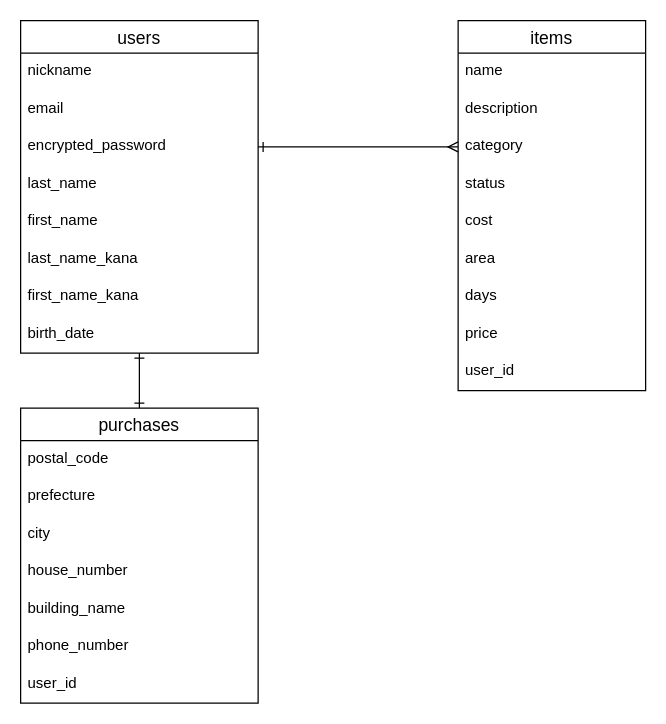
The draw.io diagram furima.dio in sfsf700/furima-38227, before the edit. Source tidied: cells renumbered, new cells numbered last; positions are measured from the earlier drawing's top-left corner, leaving out a move shared by most shapes. Both pictures are drawn from the tidied source at 125%, with x=0, y=0 at pixel (20, 20).
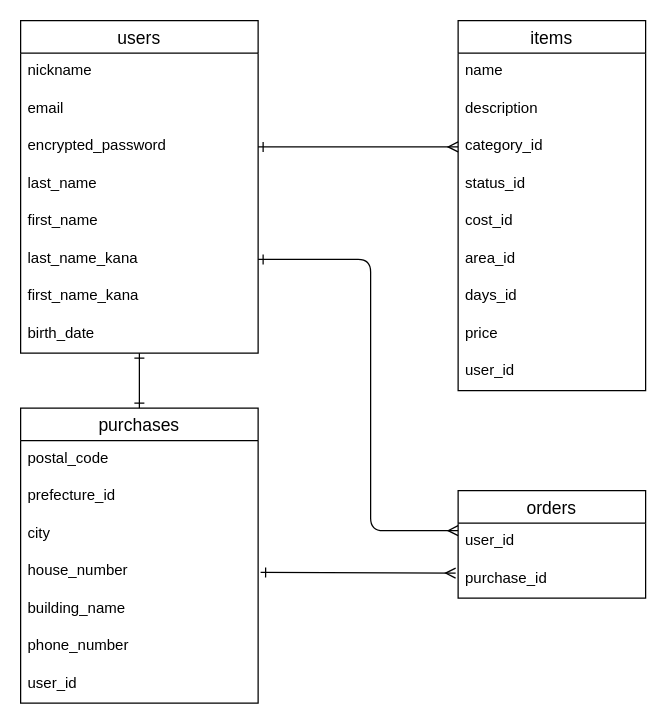
After the change.

Commit message (it also covers changes not shown here):
データベース設計の修正

Unchanged cells that the change refers to:
```xml
<mxCell id="2" value="items" style="swimlane;fontStyle=0;horizontal=1;startSize=26;align=center;fontSize=14;" parent="1" vertex="1">
  <mxGeometry x="350" width="150" height="296" as="geometry" />
</mxCell>
<mxCell id="18" value="last_name_kana" style="text;strokeColor=none;fillColor=none;spacingLeft=4;spacingRight=4;overflow=hidden;points=[[0,0.5],[1,0.5]];portConstraint=eastwest;fontSize=12;" parent="12" vertex="1">
  <mxGeometry y="176" width="190" height="30" as="geometry" />
</mxCell>
<mxCell id="23" value="purchases" style="swimlane;fontStyle=0;horizontal=1;startSize=26;align=center;fontSize=14;" parent="1" vertex="1">
  <mxGeometry y="310" width="190" height="236" as="geometry" />
</mxCell>
```

What changed in the source:
```diff
@@
-    <mxCell id="5" value="category" style="text;strokeColor=none;fillColor=none;spacingLeft=4;spacingRight=4;overflow=hidden;points=[[0,0.5],[1,0.5]];portConstraint=eastwest;fontSize=12;" parent="2" vertex="1">
+    <mxCell id="5" value="category_id" style="text;strokeColor=none;fillColor=none;spacingLeft=4;spacingRight=4;overflow=hidden;points=[[0,0.5],[1,0.5]];portConstraint=eastwest;fontSize=12;" parent="2" vertex="1">
       <mxGeometry y="86" width="150" height="30" as="geometry" />
     </mxCell>
-    <mxCell id="6" value="status" style="text;strokeColor=none;fillColor=none;spacingLeft=4;spacingRight=4;overflow=hidden;fontSize=12;" parent="2" vertex="1">
+    <mxCell id="6" value="status_id" style="text;strokeColor=none;fillColor=none;spacingLeft=4;spacingRight=4;overflow=hidden;fontSize=12;" parent="2" vertex="1">
       <mxGeometry y="116" width="150" height="30" as="geometry" />
     </mxCell>
-    <mxCell id="7" value="cost" style="text;strokeColor=none;fillColor=none;spacingLeft=4;spacingRight=4;overflow=hidden;fontSize=12;" parent="2" vertex="1">
+    <mxCell id="7" value="cost_id" style="text;strokeColor=none;fillColor=none;spacingLeft=4;spacingRight=4;overflow=hidden;fontSize=12;" parent="2" vertex="1">
       <mxGeometry y="146" width="150" height="30" as="geometry" />
     </mxCell>
-    <mxCell id="8" value="area" style="text;strokeColor=none;fillColor=none;spacingLeft=4;spacingRight=4;overflow=hidden;fontSize=12;" parent="2" vertex="1">
+    <mxCell id="8" value="area_id" style="text;strokeColor=none;fillColor=none;spacingLeft=4;spacingRight=4;overflow=hidden;fontSize=12;" parent="2" vertex="1">
       <mxGeometry y="176" width="150" height="30" as="geometry" />
     </mxCell>
-    <mxCell id="9" value="days" style="text;strokeColor=none;fillColor=none;spacingLeft=4;spacingRight=4;overflow=hidden;fontSize=12;" parent="2" vertex="1">
+    <mxCell id="9" value="days_id" style="text;strokeColor=none;fillColor=none;spacingLeft=4;spacingRight=4;overflow=hidden;fontSize=12;" parent="2" vertex="1">
       <mxGeometry y="206" width="150" height="30" as="geometry" />
     </mxCell>
@@
-    <mxCell id="25" value="prefecture" style="text;strokeColor=none;fillColor=none;spacingLeft=4;spacingRight=4;overflow=hidden;fontSize=12;" parent="23" vertex="1">
+    <mxCell id="25" value="prefecture_id" style="text;strokeColor=none;fillColor=none;spacingLeft=4;spacingRight=4;overflow=hidden;fontSize=12;" parent="23" vertex="1">
       <mxGeometry y="56" width="190" height="30" as="geometry" />
     </mxCell>
@@
+    <mxCell id="31" value="orders" style="swimlane;fontStyle=0;horizontal=1;startSize=26;align=center;fontSize=14;" parent="1" vertex="1">
+      <mxGeometry x="350" y="376" width="150" height="86" as="geometry" />
+    </mxCell>
+    <mxCell id="32" value="user_id" style="text;strokeColor=none;fillColor=none;spacingLeft=4;spacingRight=4;overflow=hidden;fontSize=12;" parent="31" vertex="1">
+      <mxGeometry y="26" width="150" height="30" as="geometry" />
+    </mxCell>
+    <mxCell id="33" value="purchase_id" style="text;strokeColor=none;fillColor=none;spacingLeft=4;spacingRight=4;overflow=hidden;fontSize=12;" parent="31" vertex="1">
+      <mxGeometry y="56" width="150" height="30" as="geometry" />
+    </mxCell>
+    <mxCell id="34" style="edgeStyle=none;html=1;exitX=1;exitY=0.5;exitDx=0;exitDy=0;startArrow=ERone;startFill=0;endArrow=ERmany;endFill=0;" parent="1" edge="1" source="18">
+      <mxGeometry relative="1" as="geometry">
+        <mxPoint x="350" y="408" as="targetPoint" />
+        <Array as="points">
+          <mxPoint x="280" y="191" />
+          <mxPoint x="280" y="408" />
+        </Array>
+      </mxGeometry>
+    </mxCell>
+    <mxCell id="35" style="edgeStyle=none;html=1;entryX=-0.024;entryY=0.319;entryDx=0;entryDy=0;entryPerimeter=0;startArrow=ERone;startFill=0;endArrow=ERmany;endFill=0;" parent="1" edge="1">
+      <mxGeometry relative="1" as="geometry">
+        <mxPoint x="192" y="441.4" as="sourcePoint" />
+        <mxPoint x="348.4" y="441.6" as="targetPoint" />
+        <Array as="points">
+          <mxPoint x="348" y="442" />
+        </Array>
+      </mxGeometry>
+    </mxCell>
```
